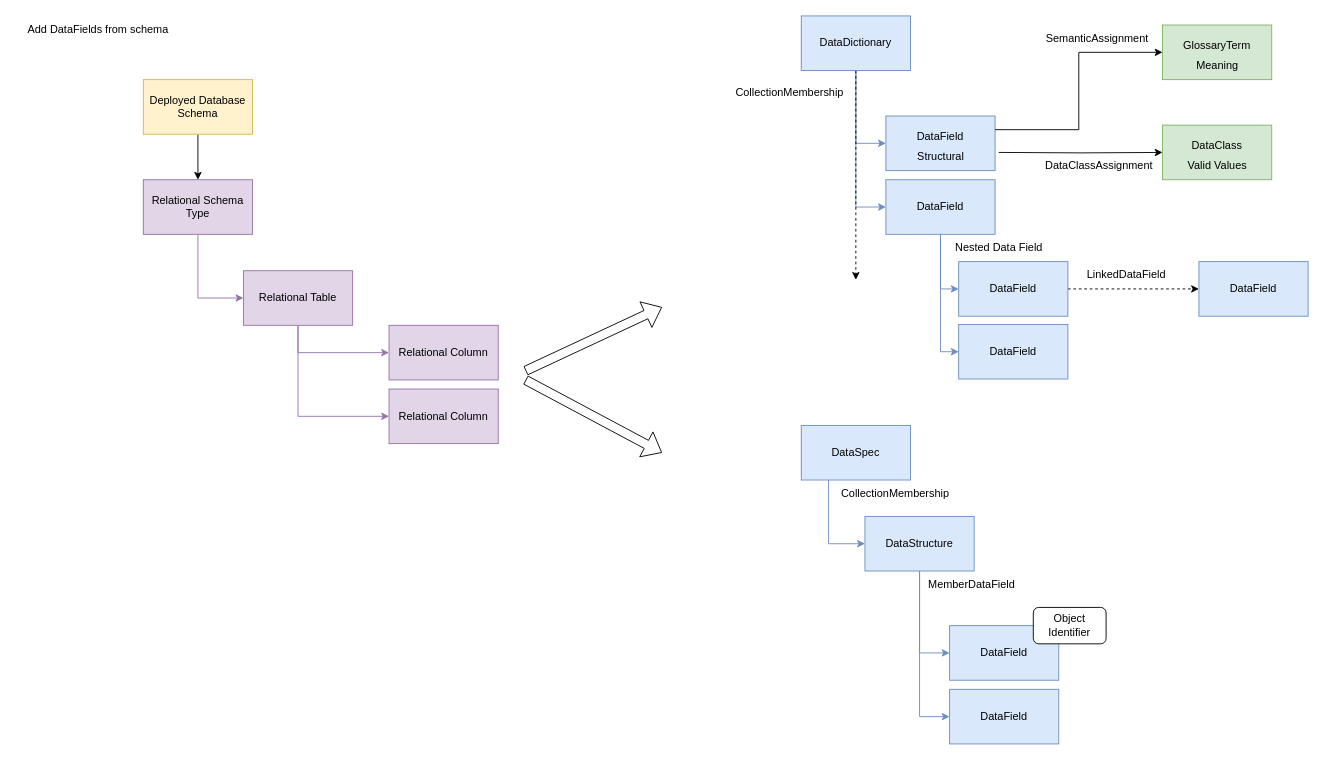
Earlier version of the draw.io diagram site/docs/governance-solutions/data-and-ai-lifecycle-management/data-specs.drawio (odpi/egeria-docs). Source tidied: cells renumbered, new cells numbered last; positions are measured from the earlier drawing's top-left corner, leaving out a move shared by most shapes. Both pictures are drawn from the tidied source at 91%, with x=0, y=0 at pixel (15, 15).
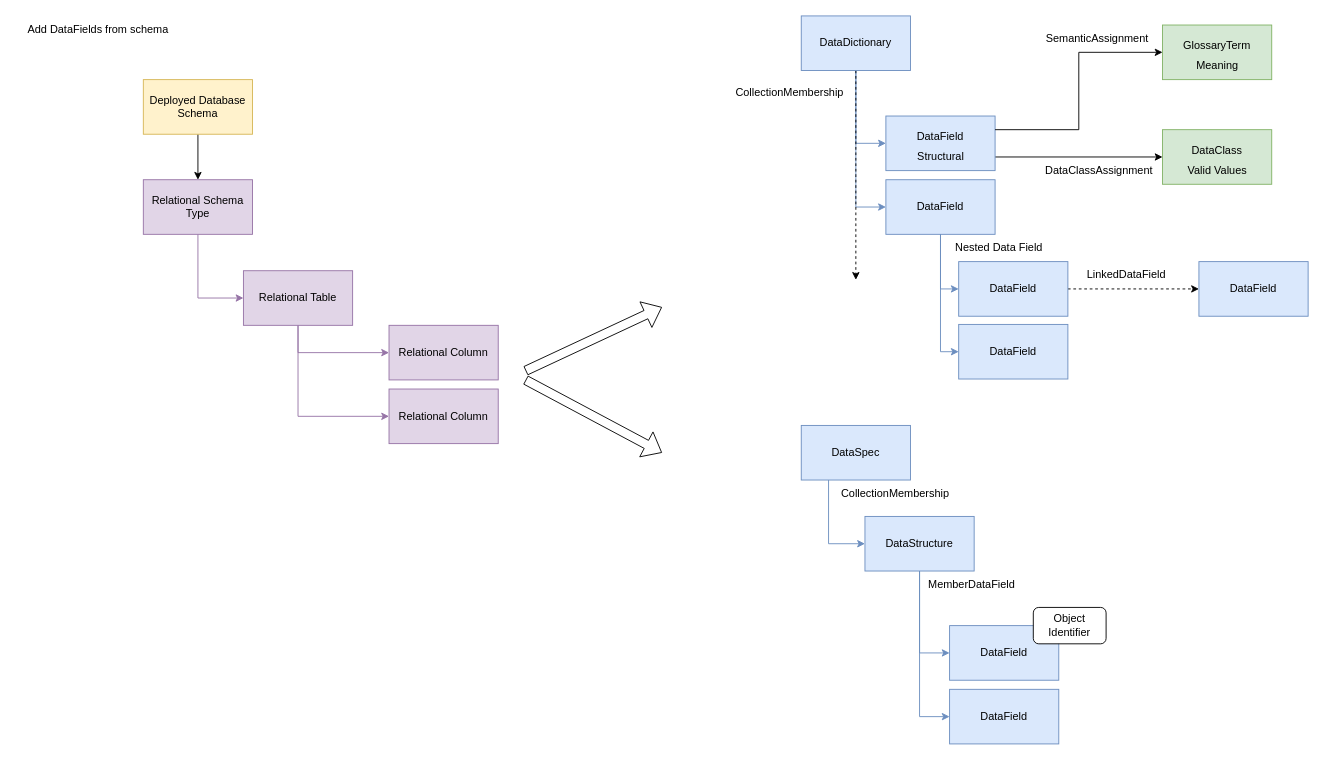
The same diagram, later.

The change refers to these unchanged cells:
```xml
<mxCell id="13" value="DataField&lt;div&gt;&lt;br&gt;&lt;/div&gt;" style="rounded=0;whiteSpace=wrap;html=1;fillColor=#dae8fc;strokeColor=#6c8ebf;" parent="1" vertex="1">
  <mxGeometry x="956" y="110" width="120" height="60" as="geometry" />
</mxCell>
```

Diff of the diagram source:
```diff
@@
-    <mxCell id="12" style="edgeStyle=orthogonalEdgeStyle;rounded=0;jettySize=auto;html=1;entryX=0;entryY=0.5;entryDx=0;entryDy=0;" parent="1" edge="1" target="28">
-      <mxGeometry relative="1" as="geometry">
-        <mxPoint x="1080" y="150" as="sourcePoint" />
-      </mxGeometry>
+    <mxCell id="12" style="edgeStyle=orthogonalEdgeStyle;rounded=0;jettySize=auto;html=1;entryX=0;entryY=0.5;entryDx=0;entryDy=0;exitX=1;exitY=0.75;exitDx=0;exitDy=0;" parent="1" edge="1" source="13" target="28">
+      <mxGeometry relative="1" as="geometry" />
     </mxCell>
@@
     <mxCell id="28" value="DataClass&lt;div&gt;&lt;br&gt;&lt;/div&gt;" style="rounded=0;whiteSpace=wrap;html=1;fillColor=#d5e8d4;strokeColor=#82b366;" parent="1" vertex="1">
-      <mxGeometry x="1260" y="120" width="120" height="60" as="geometry" />
+      <mxGeometry x="1260" y="125" width="120" height="60" as="geometry" />
     </mxCell>
@@
     <mxCell id="30" value="Valid Values" style="text;html=1;align=center;verticalAlign=middle;strokeColor=none;fillColor=none;" parent="1" vertex="1">
-      <mxGeometry x="1275" y="150" width="90" height="30" as="geometry" />
+      <mxGeometry x="1275" y="155" width="90" height="30" as="geometry" />
     </mxCell>
@@
     <mxCell id="43" value="DataClassAssignment" style="text;html=1;align=center;verticalAlign=middle;strokeColor=none;fillColor=none;" parent="1" vertex="1">
-      <mxGeometry x="1120" y="150" width="140" height="30" as="geometry" />
+      <mxGeometry x="1120" y="155" width="140" height="30" as="geometry" />
     </mxCell>
```
